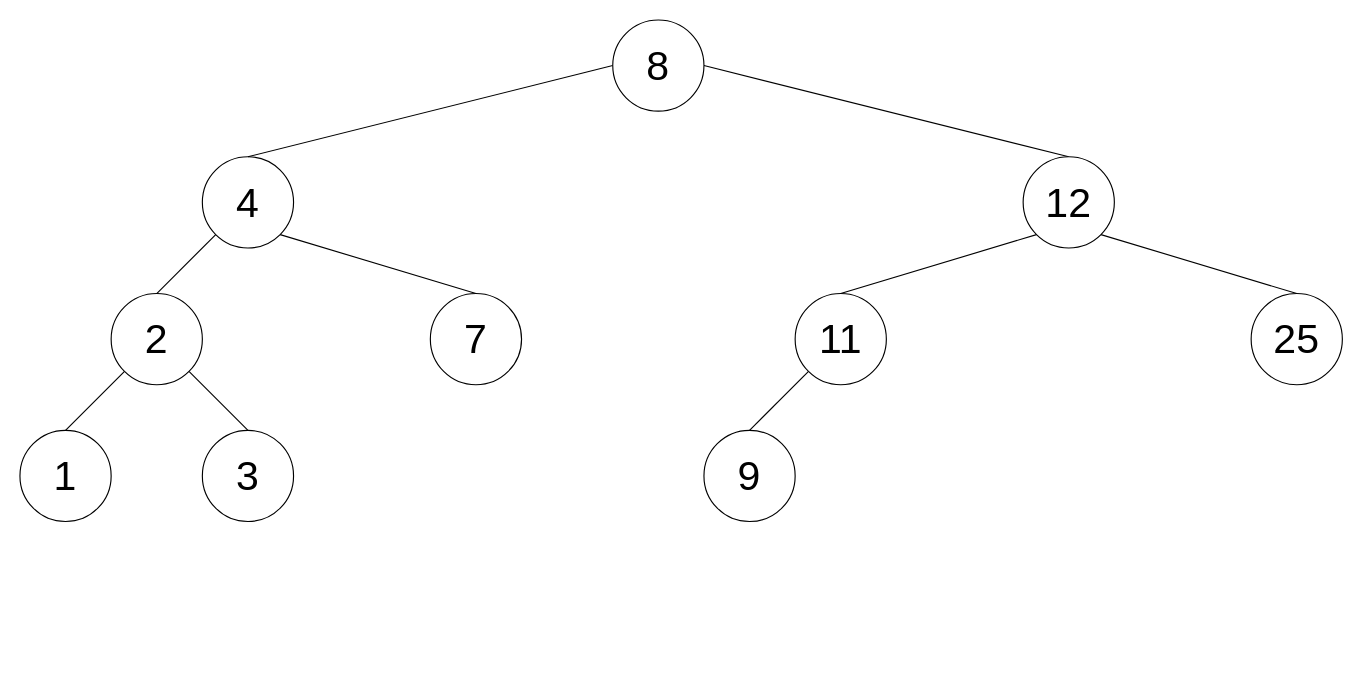
Earlier version of the draw.io diagram TP2/arbol.drawio (mihaelkyeah/TUDAI-Programacion3). Source tidied: cells renumbered, new cells numbered last; positions are measured from the earlier drawing's top-left corner, leaving out a move shared by most shapes. Both pictures are drawn from the tidied source at 114%, with x=0, y=0 at pixel (19, 19).
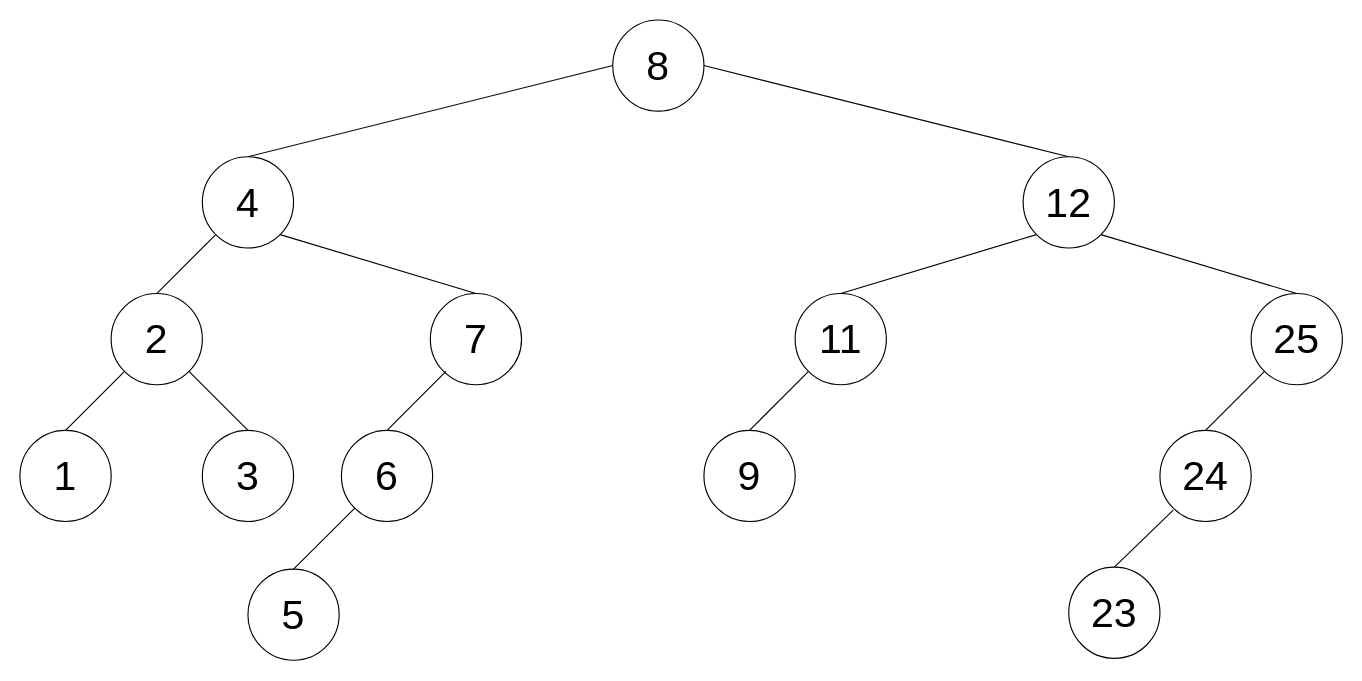
The same page after the edit.

The change refers to these unchanged cells:
```xml
<mxCell id="20" value="25" style="ellipse;whiteSpace=wrap;html=1;fontSize=36;" parent="1" vertex="1">
  <mxGeometry x="1080" y="240" width="80" height="80" as="geometry" />
</mxCell>
```

The edit, as a diff of the source:
```diff
@@
+    <mxCell id="21" value="6" style="ellipse;whiteSpace=wrap;html=1;fontSize=36;" parent="1" vertex="1">
+      <mxGeometry x="282" y="360" width="80" height="80" as="geometry" />
+    </mxCell>
+    <mxCell id="22" style="edgeStyle=none;rounded=0;jettySize=auto;html=1;exitX=0;exitY=1;exitDx=0;exitDy=0;entryX=0.5;entryY=0;entryDx=0;entryDy=0;endArrow=none;endFill=0;fontSize=36;" parent="1" edge="1" target="21">
+      <mxGeometry relative="1" as="geometry">
+        <mxPoint x="373.7" y="308.3" as="sourcePoint" />
+      </mxGeometry>
+    </mxCell>
+    <mxCell id="23" value="5" style="ellipse;whiteSpace=wrap;html=1;fontSize=36;" parent="1" vertex="1">
+      <mxGeometry x="200" y="481.7" width="80" height="80" as="geometry" />
+    </mxCell>
+    <mxCell id="24" style="edgeStyle=none;rounded=0;jettySize=auto;html=1;exitX=0;exitY=1;exitDx=0;exitDy=0;entryX=0.5;entryY=0;entryDx=0;entryDy=0;endArrow=none;endFill=0;fontSize=36;" parent="1" edge="1" source="21" target="23">
+      <mxGeometry relative="1" as="geometry" />
+    </mxCell>
+    <mxCell id="25" style="rounded=0;jettySize=auto;html=1;exitX=0;exitY=1;exitDx=0;exitDy=0;endArrow=none;endFill=0;entryX=0.5;entryY=0;entryDx=0;entryDy=0;" parent="1" edge="1" source="20" target="26">
+      <mxGeometry relative="1" as="geometry" />
+    </mxCell>
+    <mxCell id="26" value="24" style="ellipse;whiteSpace=wrap;html=1;fontSize=36;" parent="1" vertex="1">
+      <mxGeometry x="1000" y="360" width="80" height="80" as="geometry" />
+    </mxCell>
+    <mxCell id="27" style="rounded=0;jettySize=auto;html=1;exitX=0;exitY=1;exitDx=0;exitDy=0;endArrow=none;endFill=0;entryX=0.5;entryY=0;entryDx=0;entryDy=0;" parent="1" edge="1" target="28">
+      <mxGeometry relative="1" as="geometry">
+        <mxPoint x="1011.7" y="430" as="sourcePoint" />
+      </mxGeometry>
+    </mxCell>
+    <mxCell id="28" value="23" style="ellipse;whiteSpace=wrap;html=1;fontSize=36;" parent="1" vertex="1">
+      <mxGeometry x="920" y="480" width="80" height="80" as="geometry" />
+    </mxCell>
```
